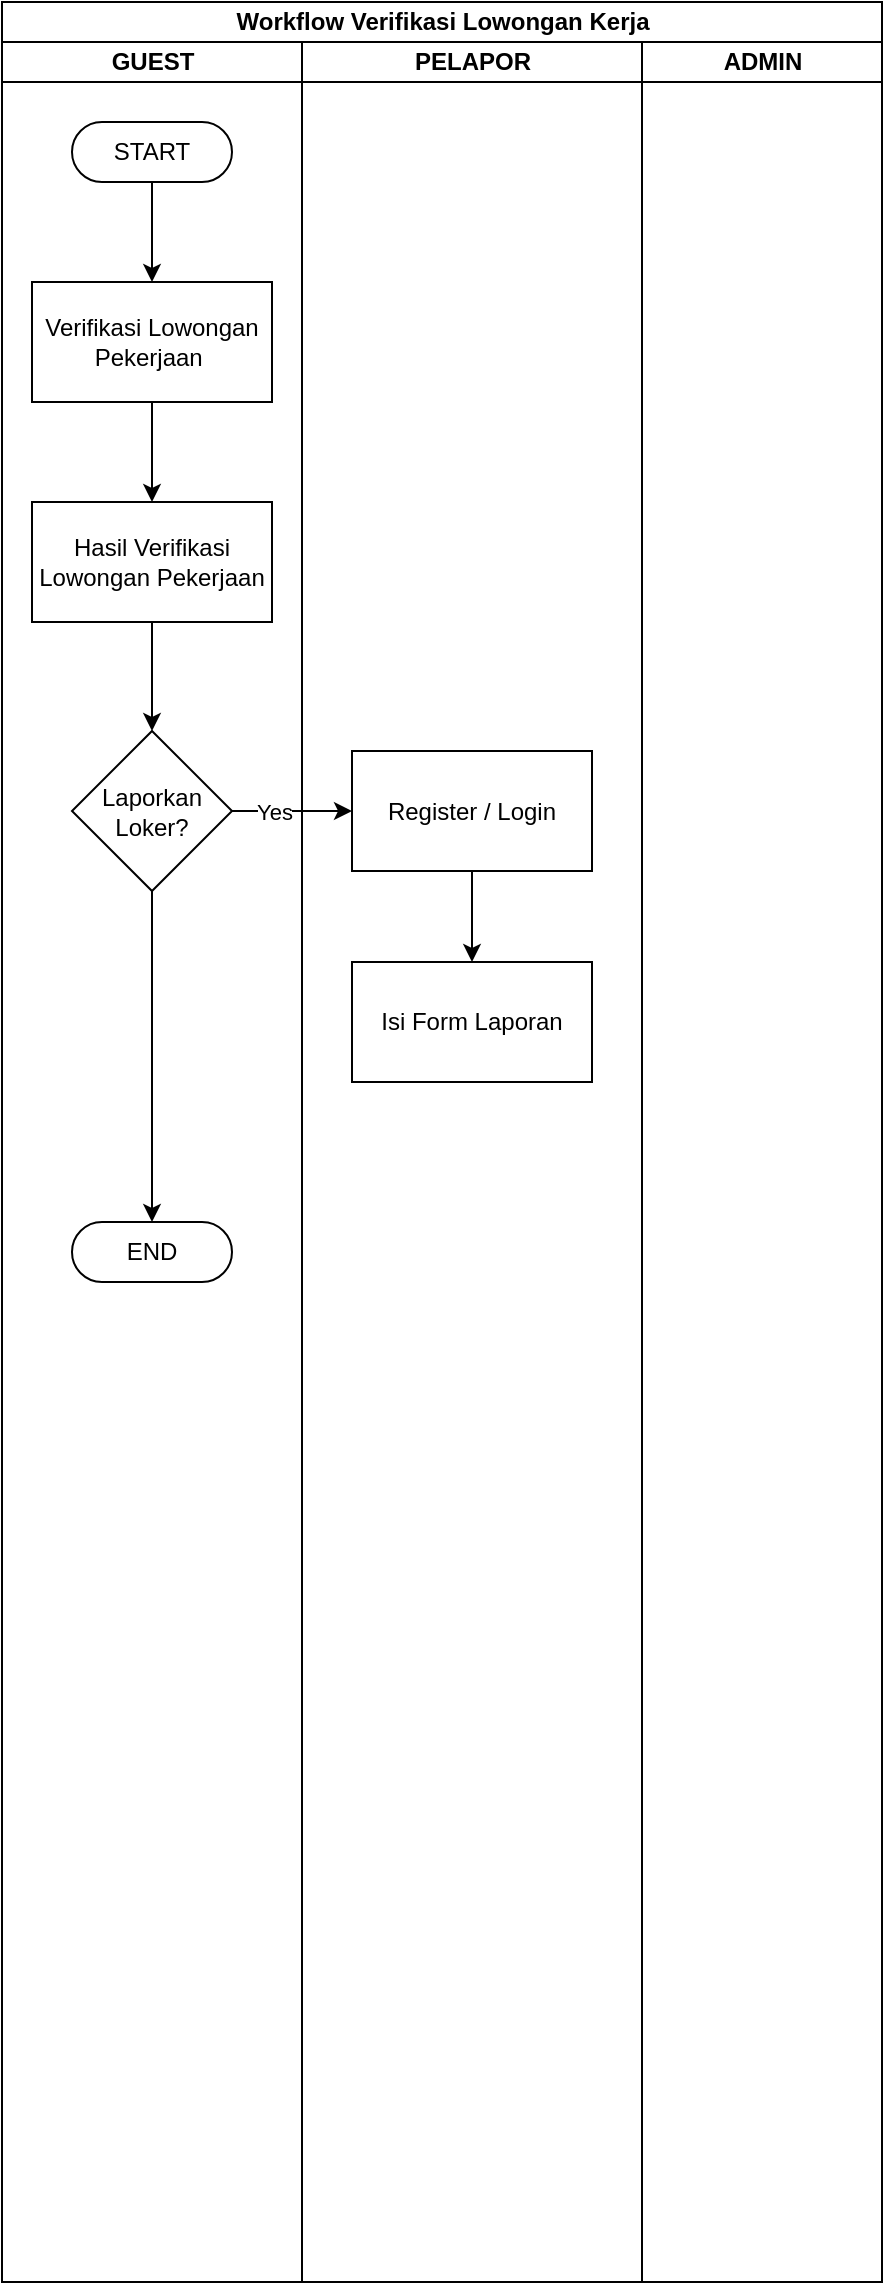
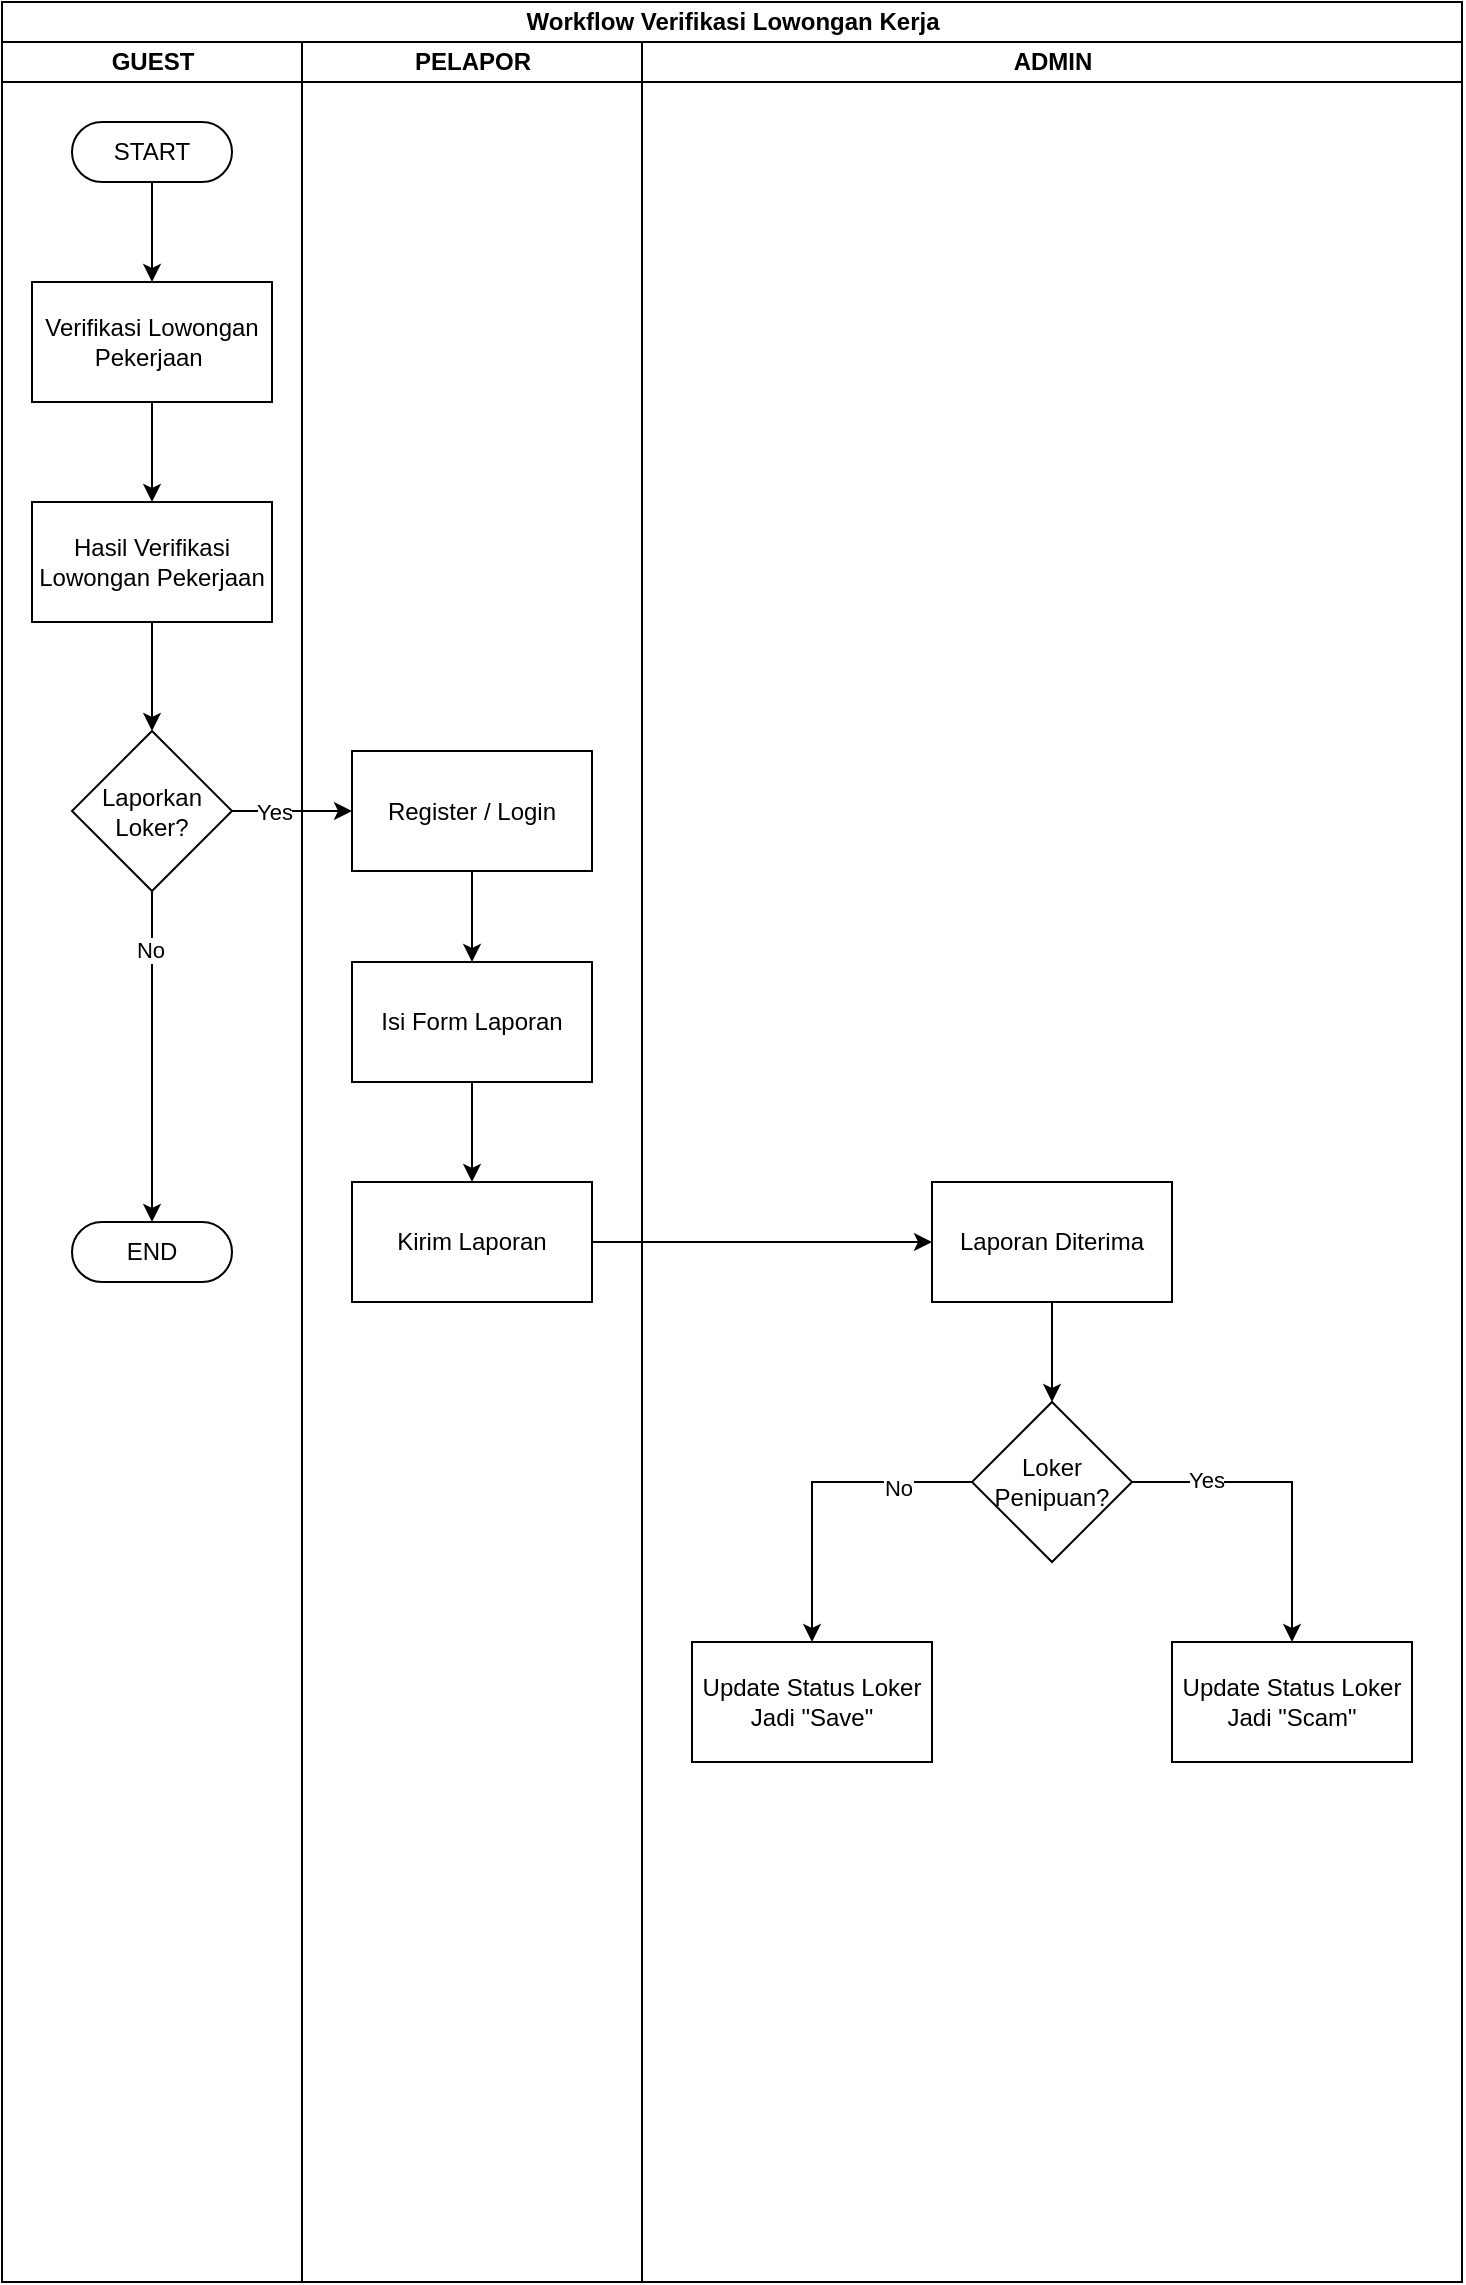
<mxfile host="app.diagrams.net">
  <diagram name="Page-1" id="AH_DpkCW8G2NKo0yafp_">
    <mxGraphModel dx="2054" dy="743" grid="1" gridSize="10" guides="1" tooltips="1" connect="1" arrows="1" fold="1" page="1" pageScale="1" pageWidth="827" pageHeight="1169" math="0" shadow="0">
      <root>
        <mxCell id="0" />
        <mxCell id="1" parent="0" />
        <mxCell id="tpk4NFvTETpMxjlwoaVb-1" parent="1" style="swimlane;childLayout=stackLayout;resizeParent=1;resizeParentMax=0;startSize=20;html=1;" value="Workflow Verifikasi Lowongan Kerja" vertex="1">
-           <mxGeometry height="1140" width="439.99999999999955" x="230.00000000000045" y="140" as="geometry" />
+           <mxGeometry height="1140" width="729.9999999999995" x="230.00000000000045" y="140" as="geometry" />
        </mxCell>
        <mxCell id="tpk4NFvTETpMxjlwoaVb-2" parent="tpk4NFvTETpMxjlwoaVb-1" style="swimlane;startSize=20;html=1;" value="GUEST" vertex="1">
          <mxGeometry height="1120" width="149.99999999999955" y="20" as="geometry" />
        </mxCell>
        <mxCell id="tpk4NFvTETpMxjlwoaVb-20" edge="1" parent="tpk4NFvTETpMxjlwoaVb-2" source="tpk4NFvTETpMxjlwoaVb-9" style="edgeStyle=orthogonalEdgeStyle;rounded=0;orthogonalLoop=1;jettySize=auto;html=1;" target="tpk4NFvTETpMxjlwoaVb-11" value="">
          <mxGeometry relative="1" as="geometry" />
        </mxCell>
        <mxCell id="tpk4NFvTETpMxjlwoaVb-9" parent="tpk4NFvTETpMxjlwoaVb-2" style="html=1;dashed=0;whiteSpace=wrap;shape=mxgraph.dfd.start" value="START" vertex="1">
          <mxGeometry height="30" width="80" x="34.999999999999545" y="40" as="geometry" />
        </mxCell>
        <mxCell id="tpk4NFvTETpMxjlwoaVb-21" edge="1" parent="tpk4NFvTETpMxjlwoaVb-2" source="tpk4NFvTETpMxjlwoaVb-11" style="edgeStyle=orthogonalEdgeStyle;rounded=0;orthogonalLoop=1;jettySize=auto;html=1;" target="tpk4NFvTETpMxjlwoaVb-13" value="">
          <mxGeometry relative="1" as="geometry" />
        </mxCell>
        <mxCell id="tpk4NFvTETpMxjlwoaVb-11" parent="tpk4NFvTETpMxjlwoaVb-2" style="rounded=0;whiteSpace=wrap;html=1;" value="Verifikasi Lowongan Pekerjaan&amp;nbsp;" vertex="1">
          <mxGeometry height="60" width="120" x="14.999999999999545" y="120" as="geometry" />
        </mxCell>
        <mxCell id="tpk4NFvTETpMxjlwoaVb-22" edge="1" parent="tpk4NFvTETpMxjlwoaVb-2" source="tpk4NFvTETpMxjlwoaVb-13" style="edgeStyle=orthogonalEdgeStyle;rounded=0;orthogonalLoop=1;jettySize=auto;html=1;" target="tpk4NFvTETpMxjlwoaVb-14" value="">
          <mxGeometry relative="1" as="geometry" />
        </mxCell>
        <mxCell id="tpk4NFvTETpMxjlwoaVb-13" parent="tpk4NFvTETpMxjlwoaVb-2" style="rounded=0;whiteSpace=wrap;html=1;" value="Hasil Verifikasi Lowongan Pekerjaan" vertex="1">
          <mxGeometry height="60" width="120" x="14.999999999999545" y="230" as="geometry" />
        </mxCell>
        <mxCell id="tpk4NFvTETpMxjlwoaVb-14" parent="tpk4NFvTETpMxjlwoaVb-2" style="rhombus;whiteSpace=wrap;html=1;" value="Laporkan Loker?" vertex="1">
          <mxGeometry height="80" width="80" x="34.999999999999545" y="344.5" as="geometry" />
        </mxCell>
        <mxCell id="tpk4NFvTETpMxjlwoaVb-25" parent="tpk4NFvTETpMxjlwoaVb-2" style="html=1;dashed=0;whiteSpace=wrap;shape=mxgraph.dfd.start" value="END" vertex="1">
          <mxGeometry height="30" width="80" x="34.999999999999545" y="590" as="geometry" />
        </mxCell>
        <mxCell id="tpk4NFvTETpMxjlwoaVb-26" edge="1" parent="tpk4NFvTETpMxjlwoaVb-2" source="tpk4NFvTETpMxjlwoaVb-14" style="edgeStyle=orthogonalEdgeStyle;rounded=0;orthogonalLoop=1;jettySize=auto;html=1;exitX=0.5;exitY=1;exitDx=0;exitDy=0;entryX=0.5;entryY=0.5;entryDx=0;entryDy=-15;entryPerimeter=0;" target="tpk4NFvTETpMxjlwoaVb-25">
          <mxGeometry relative="1" as="geometry" />
        </mxCell>
+         <mxCell id="tpk4NFvTETpMxjlwoaVb-33" connectable="0" parent="tpk4NFvTETpMxjlwoaVb-26" style="edgeLabel;html=1;align=center;verticalAlign=middle;resizable=0;points=[];" value="No" vertex="1">
+           <mxGeometry relative="1" x="-0.6556" y="-1" as="geometry">
+             <mxPoint y="1" as="offset" />
+           </mxGeometry>
+         </mxCell>
        <mxCell id="tpk4NFvTETpMxjlwoaVb-3" parent="tpk4NFvTETpMxjlwoaVb-1" style="swimlane;startSize=20;html=1;" value="PELAPOR" vertex="1">
          <mxGeometry height="1120" width="170" x="149.99999999999955" y="20" as="geometry" />
        </mxCell>
        <mxCell id="tpk4NFvTETpMxjlwoaVb-27" edge="1" parent="tpk4NFvTETpMxjlwoaVb-3" source="tpk4NFvTETpMxjlwoaVb-17" style="edgeStyle=orthogonalEdgeStyle;rounded=0;orthogonalLoop=1;jettySize=auto;html=1;" target="tpk4NFvTETpMxjlwoaVb-24" value="">
          <mxGeometry relative="1" as="geometry" />
        </mxCell>
        <mxCell id="tpk4NFvTETpMxjlwoaVb-17" parent="tpk4NFvTETpMxjlwoaVb-3" style="rounded=0;whiteSpace=wrap;html=1;" value="Register / Login" vertex="1">
          <mxGeometry height="60" width="120" x="25" y="354.5" as="geometry" />
        </mxCell>
+         <mxCell id="tpk4NFvTETpMxjlwoaVb-29" edge="1" parent="tpk4NFvTETpMxjlwoaVb-3" source="tpk4NFvTETpMxjlwoaVb-24" style="edgeStyle=orthogonalEdgeStyle;rounded=0;orthogonalLoop=1;jettySize=auto;html=1;" target="tpk4NFvTETpMxjlwoaVb-28" value="">
+           <mxGeometry relative="1" as="geometry" />
+         </mxCell>
        <mxCell id="tpk4NFvTETpMxjlwoaVb-24" parent="tpk4NFvTETpMxjlwoaVb-3" style="rounded=0;whiteSpace=wrap;html=1;" value="Isi Form Laporan" vertex="1">
          <mxGeometry height="60" width="120" x="25" y="460" as="geometry" />
        </mxCell>
-         <mxCell id="tpk4NFvTETpMxjlwoaVb-4" parent="tpk4NFvTETpMxjlwoaVb-1" style="swimlane;startSize=20;html=1;" value="ADMIN" vertex="1">
-           <mxGeometry height="1120" width="120" x="319.99999999999955" y="20" as="geometry" />
+         <mxCell id="tpk4NFvTETpMxjlwoaVb-28" parent="tpk4NFvTETpMxjlwoaVb-3" style="rounded=0;whiteSpace=wrap;html=1;" value="Kirim Laporan" vertex="1">
+           <mxGeometry height="60" width="120" x="25" y="570" as="geometry" />
        </mxCell>
        <mxCell id="tpk4NFvTETpMxjlwoaVb-18" edge="1" parent="tpk4NFvTETpMxjlwoaVb-1" source="tpk4NFvTETpMxjlwoaVb-14" style="edgeStyle=orthogonalEdgeStyle;rounded=0;orthogonalLoop=1;jettySize=auto;html=1;exitX=1;exitY=0.5;exitDx=0;exitDy=0;entryX=0;entryY=0.5;entryDx=0;entryDy=0;" target="tpk4NFvTETpMxjlwoaVb-17">
          <mxGeometry relative="1" as="geometry" />
        </mxCell>
        <mxCell id="tpk4NFvTETpMxjlwoaVb-19" connectable="0" parent="tpk4NFvTETpMxjlwoaVb-18" style="edgeLabel;html=1;align=center;verticalAlign=middle;resizable=0;points=[];" value="Yes" vertex="1">
          <mxGeometry relative="1" x="-0.3167" as="geometry">
            <mxPoint as="offset" />
          </mxGeometry>
        </mxCell>
+         <mxCell id="tpk4NFvTETpMxjlwoaVb-4" parent="tpk4NFvTETpMxjlwoaVb-1" style="swimlane;startSize=20;html=1;" value="ADMIN" vertex="1">
+           <mxGeometry height="1120" width="410" x="319.99999999999955" y="20" as="geometry" />
+         </mxCell>
+         <mxCell id="tpk4NFvTETpMxjlwoaVb-34" edge="1" parent="tpk4NFvTETpMxjlwoaVb-4" source="tpk4NFvTETpMxjlwoaVb-30" style="edgeStyle=orthogonalEdgeStyle;rounded=0;orthogonalLoop=1;jettySize=auto;html=1;" target="tpk4NFvTETpMxjlwoaVb-32" value="">
+           <mxGeometry relative="1" as="geometry" />
+         </mxCell>
+         <mxCell id="tpk4NFvTETpMxjlwoaVb-30" parent="tpk4NFvTETpMxjlwoaVb-4" style="rounded=0;whiteSpace=wrap;html=1;" value="Laporan Diterima" vertex="1">
+           <mxGeometry height="60" width="120" x="145" y="570" as="geometry" />
+         </mxCell>
+         <mxCell id="tpk4NFvTETpMxjlwoaVb-37" edge="1" parent="tpk4NFvTETpMxjlwoaVb-4" source="tpk4NFvTETpMxjlwoaVb-32" style="edgeStyle=orthogonalEdgeStyle;rounded=0;orthogonalLoop=1;jettySize=auto;html=1;exitX=1;exitY=0.5;exitDx=0;exitDy=0;entryX=0.5;entryY=0;entryDx=0;entryDy=0;" target="tpk4NFvTETpMxjlwoaVb-35">
+           <mxGeometry relative="1" as="geometry" />
+         </mxCell>
+         <mxCell id="tpk4NFvTETpMxjlwoaVb-39" connectable="0" parent="tpk4NFvTETpMxjlwoaVb-37" style="edgeLabel;html=1;align=center;verticalAlign=middle;resizable=0;points=[];" value="Yes" vertex="1">
+           <mxGeometry relative="1" x="-0.5375" y="1" as="geometry">
+             <mxPoint as="offset" />
+           </mxGeometry>
+         </mxCell>
+         <mxCell id="tpk4NFvTETpMxjlwoaVb-38" edge="1" parent="tpk4NFvTETpMxjlwoaVb-4" source="tpk4NFvTETpMxjlwoaVb-32" style="edgeStyle=orthogonalEdgeStyle;rounded=0;orthogonalLoop=1;jettySize=auto;html=1;exitX=0;exitY=0.5;exitDx=0;exitDy=0;entryX=0.5;entryY=0;entryDx=0;entryDy=0;" target="tpk4NFvTETpMxjlwoaVb-36">
+           <mxGeometry relative="1" as="geometry" />
+         </mxCell>
+         <mxCell id="tpk4NFvTETpMxjlwoaVb-40" connectable="0" parent="tpk4NFvTETpMxjlwoaVb-38" style="edgeLabel;html=1;align=center;verticalAlign=middle;resizable=0;points=[];" value="No" vertex="1">
+           <mxGeometry relative="1" x="-0.5375" y="3" as="geometry">
+             <mxPoint as="offset" />
+           </mxGeometry>
+         </mxCell>
+         <mxCell id="tpk4NFvTETpMxjlwoaVb-32" parent="tpk4NFvTETpMxjlwoaVb-4" style="rhombus;whiteSpace=wrap;html=1;" value="Loker Penipuan?" vertex="1">
+           <mxGeometry height="80" width="80" x="165" y="680" as="geometry" />
+         </mxCell>
+         <mxCell id="tpk4NFvTETpMxjlwoaVb-35" parent="tpk4NFvTETpMxjlwoaVb-4" style="rounded=0;whiteSpace=wrap;html=1;" value="Update Status Loker Jadi &quot;Scam&quot;" vertex="1">
+           <mxGeometry height="60" width="120" x="265" y="800" as="geometry" />
+         </mxCell>
+         <mxCell id="tpk4NFvTETpMxjlwoaVb-36" parent="tpk4NFvTETpMxjlwoaVb-4" style="rounded=0;whiteSpace=wrap;html=1;" value="Update Status Loker Jadi &quot;Save&quot;" vertex="1">
+           <mxGeometry height="60" width="120" x="25" y="800" as="geometry" />
+         </mxCell>
+         <mxCell id="tpk4NFvTETpMxjlwoaVb-31" edge="1" parent="tpk4NFvTETpMxjlwoaVb-1" source="tpk4NFvTETpMxjlwoaVb-28" style="edgeStyle=orthogonalEdgeStyle;rounded=0;orthogonalLoop=1;jettySize=auto;html=1;exitX=1;exitY=0.5;exitDx=0;exitDy=0;entryX=0;entryY=0.5;entryDx=0;entryDy=0;" target="tpk4NFvTETpMxjlwoaVb-30">
+           <mxGeometry relative="1" as="geometry" />
+         </mxCell>
      </root>
    </mxGraphModel>
  </diagram>
</mxfile>
